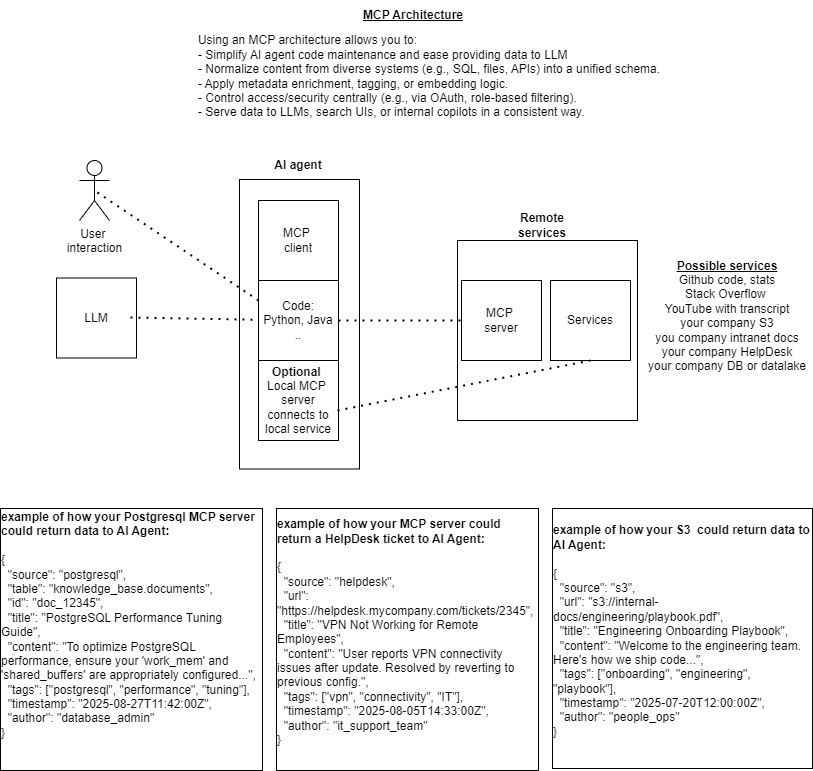
Earlier version of the draw.io export docs/MCP-architecture.png (inigokintana/homelab-2-prod-ai-golden-path). Source tidied: cells renumbered, new cells last; positions are measured from the earlier drawing's top-left corner, leaving out a move shared by most shapes.
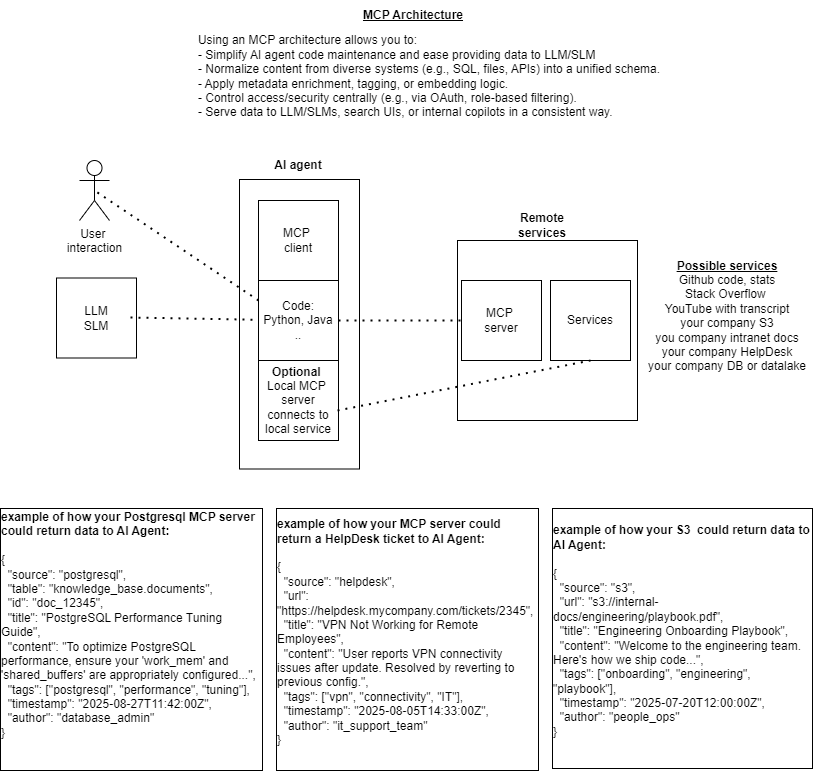
The same diagram one commit later.

The edit, as a diff of the source:
```diff
@@ -41,7 +41,7 @@
     <mxCell id="14" value="&lt;div style=&quot;text-align: left;&quot;&gt;&lt;b&gt;example of how your MCP server could return a HelpDesk ticket to AI Agent:&lt;/b&gt;&lt;/div&gt;&lt;div style=&quot;text-align: left;&quot;&gt;&lt;br&gt;&lt;/div&gt;&lt;div style=&quot;text-align: left;&quot;&gt;{&lt;/div&gt;&lt;div style=&quot;text-align: left;&quot;&gt;&amp;nbsp; &quot;source&quot;: &quot;helpdesk&quot;,&lt;/div&gt;&lt;div style=&quot;text-align: left;&quot;&gt;&amp;nbsp; &quot;url&quot;: &quot;https://helpdesk.mycompany.com/tickets/2345&quot;,&lt;/div&gt;&lt;div style=&quot;text-align: left;&quot;&gt;&amp;nbsp; &quot;title&quot;: &quot;VPN Not Working for Remote Employees&quot;,&lt;/div&gt;&lt;div style=&quot;text-align: left;&quot;&gt;&amp;nbsp; &quot;content&quot;: &quot;User reports VPN connectivity issues after update. Resolved by reverting to previous config.&quot;,&lt;/div&gt;&lt;div style=&quot;text-align: left;&quot;&gt;&amp;nbsp; &quot;tags&quot;: [&quot;vpn&quot;, &quot;connectivity&quot;, &quot;IT&quot;],&lt;/div&gt;&lt;div style=&quot;text-align: left;&quot;&gt;&amp;nbsp; &quot;timestamp&quot;: &quot;2025-08-05T14:33:00Z&quot;,&lt;/div&gt;&lt;div style=&quot;text-align: left;&quot;&gt;&amp;nbsp; &quot;author&quot;: &quot;it_support_team&quot;&lt;/div&gt;&lt;div style=&quot;text-align: left;&quot;&gt;}&lt;/div&gt;&lt;div&gt;&lt;br&gt;&lt;/div&gt;" style="whiteSpace=wrap;html=1;" parent="1" vertex="1">
       <mxGeometry x="276" y="508" width="262" height="262" as="geometry" />
     </mxCell>
-    <mxCell id="15" value="LLM" style="whiteSpace=wrap;html=1;" parent="1" vertex="1">
+    <mxCell id="15" value="LLM&lt;div&gt;SLM&lt;/div&gt;" style="whiteSpace=wrap;html=1;" parent="1" vertex="1">
       <mxGeometry x="56" y="277.5" width="80" height="80" as="geometry" />
     </mxCell>
     <mxCell id="16" style="endArrow=none;dashed=1;html=1;dashPattern=1 3;strokeWidth=2;rounded=0;exitX=0.925;exitY=0.494;exitDx=0;exitDy=0;exitPerimeter=0;" parent="1" edge="1" source="15" target="6">
@@ -50,7 +50,7 @@
     <mxCell id="17" value="&lt;b&gt;Remote services&lt;/b&gt;" style="text;html=1;align=center;verticalAlign=middle;whiteSpace=wrap;rounded=0;" parent="1" vertex="1">
       <mxGeometry x="512" y="210" width="60" height="30" as="geometry" />
     </mxCell>
-    <mxCell id="18" value="&lt;div style=&quot;text-align: left;&quot;&gt;Using an MCP architecture allows you to:&lt;/div&gt;&lt;div style=&quot;text-align: left;&quot;&gt;&lt;span style=&quot;background-color: transparent; color: light-dark(rgb(0, 0, 0), rgb(255, 255, 255));&quot;&gt;- Simplify AI agent code maintenance and ease providing data to LLM&lt;/span&gt;&lt;/div&gt;&lt;div style=&quot;text-align: left;&quot;&gt;- Normalize content from diverse systems (e.g., SQL, files, APIs) into a unified schema.&lt;/div&gt;&lt;div style=&quot;text-align: left;&quot;&gt;- Apply metadata enrichment, tagging, or embedding logic.&lt;/div&gt;&lt;div style=&quot;text-align: left;&quot;&gt;- Control access/security centrally (e.g., via OAuth, role-based filtering).&lt;/div&gt;&lt;div style=&quot;text-align: left;&quot;&gt;- Serve data to LLMs, search UIs, or internal copilots in a consistent way.&lt;/div&gt;" style="text;html=1;align=center;verticalAlign=middle;whiteSpace=wrap;rounded=0;" parent="1" vertex="1">
+    <mxCell id="18" value="&lt;div style=&quot;text-align: left;&quot;&gt;Using an MCP architecture allows you to:&lt;/div&gt;&lt;div style=&quot;text-align: left;&quot;&gt;&lt;span style=&quot;background-color: transparent; color: light-dark(rgb(0, 0, 0), rgb(255, 255, 255));&quot;&gt;- Simplify AI agent code maintenance and ease providing data to LLM/SLM&lt;/span&gt;&lt;/div&gt;&lt;div style=&quot;text-align: left;&quot;&gt;- Normalize content from diverse systems (e.g., SQL, files, APIs) into a unified schema.&lt;/div&gt;&lt;div style=&quot;text-align: left;&quot;&gt;- Apply metadata enrichment, tagging, or embedding logic.&lt;/div&gt;&lt;div style=&quot;text-align: left;&quot;&gt;- Control access/security centrally (e.g., via OAuth, role-based filtering).&lt;/div&gt;&lt;div style=&quot;text-align: left;&quot;&gt;- Serve data to LLM/SLMs, search UIs, or internal copilots in a consistent way.&lt;/div&gt;" style="text;html=1;align=center;verticalAlign=middle;whiteSpace=wrap;rounded=0;" parent="1" vertex="1">
       <mxGeometry x="154.2" y="16" width="550" height="120" as="geometry" />
     </mxCell>
     <mxCell id="19" value="User&amp;nbsp;&lt;div&gt;interaction&lt;/div&gt;" style="shape=umlActor;verticalLabelPosition=bottom;verticalAlign=top;html=1;outlineConnect=0;" parent="1" vertex="1">
```
